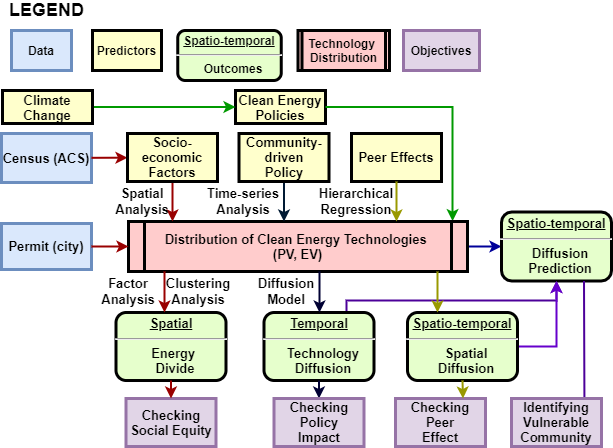
reconjohn/solar keeps this draw.io diagram as docs/Diffusion.png. Above is the earlier version. Source tidied: cells renumbered, new cells last; positions are measured from the earlier drawing's top-left corner, leaving out a move shared by most shapes.
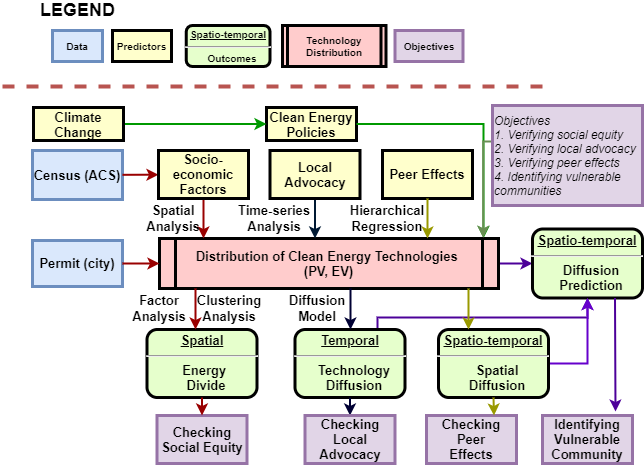
Above is the later version.

What changed in the source:
```diff
@@ -11,7 +11,7 @@
     <mxCell id="4" style="edgeStyle=orthogonalEdgeStyle;rounded=0;jettySize=auto;html=1;startArrow=classic;startFill=1;endArrow=none;endFill=0;strokeColor=#009900;entryX=1;entryY=0.5;entryDx=0;entryDy=0;strokeWidth=2;exitX=0.956;exitY=-0.008;exitDx=0;exitDy=0;exitPerimeter=0;" parent="1" edge="1" source="6" target="2">
       <mxGeometry relative="1" as="geometry" />
     </mxCell>
-    <mxCell id="5" style="edgeStyle=orthogonalEdgeStyle;rounded=0;jettySize=auto;html=1;strokeColor=#000099;strokeWidth=2;" parent="1" edge="1" source="6" target="7">
+    <mxCell id="5" style="edgeStyle=orthogonalEdgeStyle;rounded=0;jettySize=auto;html=1;strokeColor=#4C0099;strokeWidth=2;" parent="1" edge="1" source="6" target="7">
       <mxGeometry relative="1" as="geometry" />
     </mxCell>
     <mxCell id="6" value="Distribution of Clean Energy Technologies &#10;(PV, EV)" style="shape=process;whiteSpace=wrap;align=center;verticalAlign=middle;size=0.0475;fontStyle=1;strokeWidth=3;fillColor=#FFCCCC;fontSize=13;" parent="1" vertex="1">
@@ -95,7 +95,7 @@
     <mxCell id="27" style="edgeStyle=none;noEdgeStyle=1;strokeColor=#990000;strokeWidth=2;entryX=0;entryY=0.5;entryDx=0;entryDy=0;" parent="1" edge="1" source="26" target="6">
       <mxGeometry relative="1" as="geometry" />
     </mxCell>
-    <mxCell id="28" value="Checking&#10;Policy&#10;Impact" style="whiteSpace=wrap;align=center;verticalAlign=middle;fontStyle=1;strokeWidth=3;fillColor=#e1d5e7;strokeColor=#9673a6;fontSize=13;" parent="1" vertex="1">
+    <mxCell id="28" value="Checking&#10;Local Advocacy" style="whiteSpace=wrap;align=center;verticalAlign=middle;fontStyle=1;strokeWidth=3;fillColor=#e1d5e7;strokeColor=#9673a6;fontSize=13;" parent="1" vertex="1">
       <mxGeometry x="272.5" y="398" width="90" height="48" as="geometry" />
     </mxCell>
     <mxCell id="29" style="edgeStyle=orthogonalEdgeStyle;rounded=0;jettySize=auto;html=1;startArrow=none;startFill=0;endArrow=classic;endFill=1;strokeColor=#6600CC;strokeWidth=2;" parent="1" edge="1" target="7">
@@ -109,31 +109,31 @@
     <mxCell id="31" style="edgeStyle=elbowEdgeStyle;elbow=horizontal;strokeColor=#999900;strokeWidth=2;endArrow=none;endFill=0;startArrow=classic;startFill=1;" parent="1" edge="1" source="30" target="6">
       <mxGeometry relative="1" as="geometry" />
     </mxCell>
-    <mxCell id="32" value="Checking&#10;Peer&#10;Effect" style="whiteSpace=wrap;align=center;verticalAlign=middle;fontStyle=1;strokeWidth=3;fillColor=#e1d5e7;strokeColor=#9673a6;fontSize=13;" parent="1" vertex="1">
+    <mxCell id="32" value="Checking&#10;Peer&#10;Effects" style="whiteSpace=wrap;align=center;verticalAlign=middle;fontStyle=1;strokeWidth=3;fillColor=#e1d5e7;strokeColor=#9673a6;fontSize=13;" parent="1" vertex="1">
       <mxGeometry x="394" y="398" width="90" height="48" as="geometry" />
     </mxCell>
     <mxCell id="33" style="endArrow=none;noEdgeStyle=1;strokeColor=#4C0099;strokeWidth=2;endFill=0;startArrow=classic;startFill=1;entryX=0.75;entryY=1;entryDx=0;entryDy=0;" parent="1" edge="1" target="7">
       <mxGeometry relative="1" as="geometry">
-        <mxPoint x="583" y="422" as="sourcePoint" />
+        <mxPoint x="583" y="394" as="sourcePoint" />
       </mxGeometry>
     </mxCell>
     <mxCell id="34" value="Identifying&#10;Vulnerable&#10;Community" style="whiteSpace=wrap;align=center;verticalAlign=middle;fontStyle=1;strokeWidth=3;fillColor=#e1d5e7;strokeColor=#9673a6;fontSize=13;" parent="1" vertex="1">
       <mxGeometry x="510" y="398" width="90" height="48" as="geometry" />
     </mxCell>
-    <mxCell id="35" value="&lt;p style=&quot;margin: 0px ; margin-top: 4px ; text-align: center ; text-decoration: underline&quot;&gt;Spatio-temporal&lt;/p&gt;&lt;hr&gt;&lt;p style=&quot;margin: 0px ; margin-left: 8px&quot;&gt;Outcomes&lt;/p&gt;" style="verticalAlign=middle;align=center;overflow=fill;fontSize=12;fontFamily=Helvetica;html=1;rounded=1;fontStyle=1;strokeWidth=3;fillColor=#E6FFCC;" parent="1" vertex="1">
-      <mxGeometry x="176.2" y="30" width="103.5" height="50" as="geometry" />
+    <mxCell id="35" value="&lt;p style=&quot;margin: 4px 0px 0px; text-align: center; text-decoration: underline; font-size: 10px;&quot;&gt;Spatio-temporal&lt;/p&gt;&lt;hr style=&quot;font-size: 10px;&quot;&gt;&lt;p style=&quot;margin: 0px 0px 0px 8px; font-size: 10px;&quot;&gt;Outcomes&lt;/p&gt;" style="verticalAlign=middle;align=center;overflow=fill;fontSize=10;fontFamily=Helvetica;html=1;rounded=1;fontStyle=1;strokeWidth=3;fillColor=#E6FFCC;" parent="1" vertex="1">
+      <mxGeometry x="153.8" y="8" width="83.8" height="41" as="geometry" />
     </mxCell>
-    <mxCell id="36" value="Predictors" style="whiteSpace=wrap;align=center;verticalAlign=middle;fontStyle=1;strokeWidth=3;fillColor=#FFFFCC;" parent="1" vertex="1">
-      <mxGeometry x="91" y="30" width="69" height="40" as="geometry" />
+    <mxCell id="36" value="Predictors" style="whiteSpace=wrap;align=center;verticalAlign=middle;fontStyle=1;strokeWidth=3;fillColor=#FFFFCC;fontSize=10;" parent="1" vertex="1">
+      <mxGeometry x="80" y="13" width="59" height="31" as="geometry" />
     </mxCell>
-    <mxCell id="37" value="Data" style="whiteSpace=wrap;align=center;verticalAlign=middle;fontStyle=1;strokeWidth=3;fillColor=#dae8fc;strokeColor=#6c8ebf;" parent="1" vertex="1">
-      <mxGeometry x="10" y="30" width="60" height="40" as="geometry" />
+    <mxCell id="37" value="Data" style="whiteSpace=wrap;align=center;verticalAlign=middle;fontStyle=1;strokeWidth=3;fillColor=#dae8fc;strokeColor=#6c8ebf;fontSize=10;" parent="1" vertex="1">
+      <mxGeometry x="20" y="13" width="50" height="31" as="geometry" />
     </mxCell>
-    <mxCell id="38" value="Technology &#10;Distribution" style="shape=process;whiteSpace=wrap;align=center;verticalAlign=middle;size=0.0475;fontStyle=1;strokeWidth=3;fillColor=#FFCCCC;" parent="1" vertex="1">
-      <mxGeometry x="296.5" y="30" width="91.5" height="40" as="geometry" />
+    <mxCell id="38" value="Technology&#10;Distribution" style="shape=process;whiteSpace=wrap;align=center;verticalAlign=middle;size=0.0475;fontStyle=1;strokeWidth=3;fillColor=#FFCCCC;fontSize=10;" parent="1" vertex="1">
+      <mxGeometry x="250" y="8" width="103.5" height="41" as="geometry" />
     </mxCell>
-    <mxCell id="39" value="Objectives" style="whiteSpace=wrap;align=center;verticalAlign=middle;fontStyle=1;strokeWidth=3;fillColor=#e1d5e7;strokeColor=#9673a6;" parent="1" vertex="1">
-      <mxGeometry x="402" y="30" width="76" height="40" as="geometry" />
+    <mxCell id="39" value="Objectives" style="whiteSpace=wrap;align=center;verticalAlign=middle;fontStyle=1;strokeWidth=3;fillColor=#e1d5e7;strokeColor=#9673a6;fontSize=10;" parent="1" vertex="1">
+      <mxGeometry x="362.5" y="13" width="68" height="31" as="geometry" />
     </mxCell>
     <mxCell id="40" value="Socio-economic&#10;Factors" style="whiteSpace=wrap;align=center;verticalAlign=middle;fontStyle=1;strokeWidth=3;fillColor=#FFFFCC;fontSize=13;" parent="1" vertex="1">
       <mxGeometry x="126" y="133" width="90" height="48" as="geometry" />
@@ -152,14 +152,30 @@
         </Array>
       </mxGeometry>
     </mxCell>
-    <mxCell id="44" value="Community-driven&#10;Policy" style="whiteSpace=wrap;align=center;verticalAlign=middle;fontStyle=1;strokeWidth=3;fillColor=#FFFFCC;fontSize=13;" parent="1" vertex="1">
+    <mxCell id="44" value="Local Advocacy" style="whiteSpace=wrap;align=center;verticalAlign=middle;fontStyle=1;strokeWidth=3;fillColor=#FFFFCC;fontSize=13;" parent="1" vertex="1">
       <mxGeometry x="237.5" y="133" width="90" height="48" as="geometry" />
     </mxCell>
     <mxCell id="45" value="&lt;b&gt;&lt;font style=&quot;font-size: 18px&quot;&gt;LEGEND&lt;/font&gt;&lt;/b&gt;" style="text;html=1;align=center;verticalAlign=middle;" parent="1" vertex="1">
-      <mxGeometry width="90" height="20" as="geometry" />
+      <mxGeometry y="-17" width="90" height="20" as="geometry" />
     </mxCell>
     <mxCell id="46" style="endArrow=none;noEdgeStyle=1;strokeColor=#999900;strokeWidth=2;endFill=0;startArrow=classic;startFill=1;exitX=0.75;exitY=0;exitDx=0;exitDy=0;entryX=0.5;entryY=1;entryDx=0;entryDy=0;" parent="1" edge="1" source="32" target="30">
       <mxGeometry relative="1" as="geometry" />
     </mxCell>
+    <mxCell id="47" style="endArrow=none;dashed=1;html=1;fillColor=#f8cecc;strokeColor=#b85450;strokeWidth=4;" parent="1" edge="1">
+      <mxGeometry relative="1" as="geometry">
+        <mxPoint x="-30" y="69" as="sourcePoint" />
+        <mxPoint x="520" y="69" as="targetPoint" />
+      </mxGeometry>
+    </mxCell>
+    <mxCell id="48" style="edgeStyle=orthogonalEdgeStyle;rounded=0;jettySize=auto;html=1;entryX=0.955;entryY=-0.016;entryDx=0;entryDy=0;fillColor=#d5e8d4;strokeColor=#688F52;strokeWidth=2;entryPerimeter=0;exitX=0;exitY=0.5;exitDx=0;exitDy=0;" parent="1" edge="1" source="49" target="6">
+      <mxGeometry relative="1" as="geometry">
+        <Array as="points">
+          <mxPoint x="451" y="124" />
+        </Array>
+      </mxGeometry>
+    </mxCell>
+    <mxCell id="49" value="Objectives&#10;1. Verifying social equity&#10;2. Verifying local advocacy&#10;3. Verifying peer effects&#10;4. Identifying vulnerable communities" style="whiteSpace=wrap;align=left;verticalAlign=middle;fontStyle=2;strokeWidth=3;fillColor=#e1d5e7;strokeColor=#9673a6;fontSize=12;" parent="1" vertex="1">
+      <mxGeometry x="460" y="88" width="150" height="100" as="geometry" />
+    </mxCell>
   </root>
 </mxGraphModel>
```
